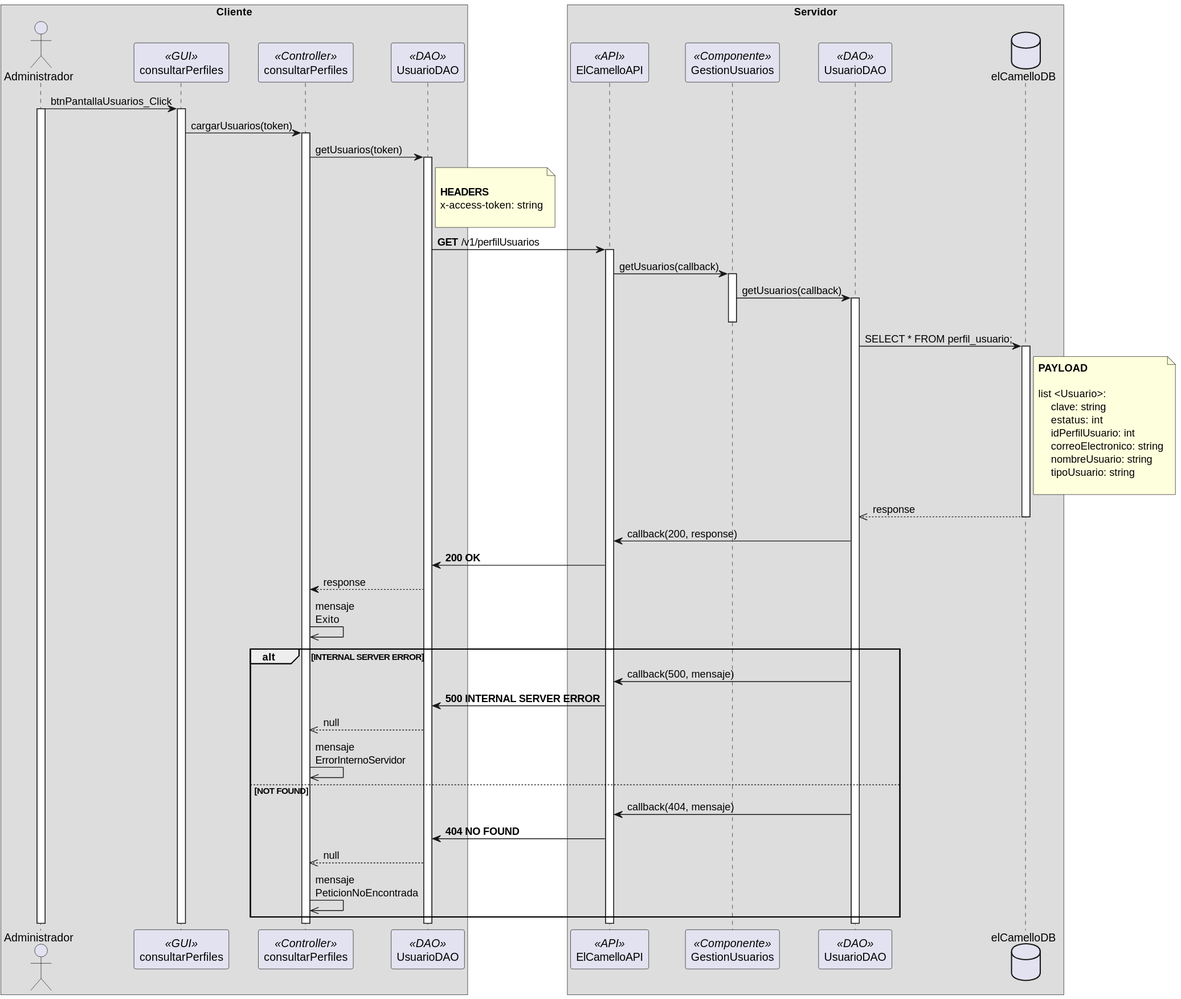
Earlier version of the PlantUML export out/diagramas/secuencia/GestionUsuarios/ConsultarUsuarios/ConsultarUsuarios.svg (VictorArrys/API_WORK_PLATAFORM_ARRYS).
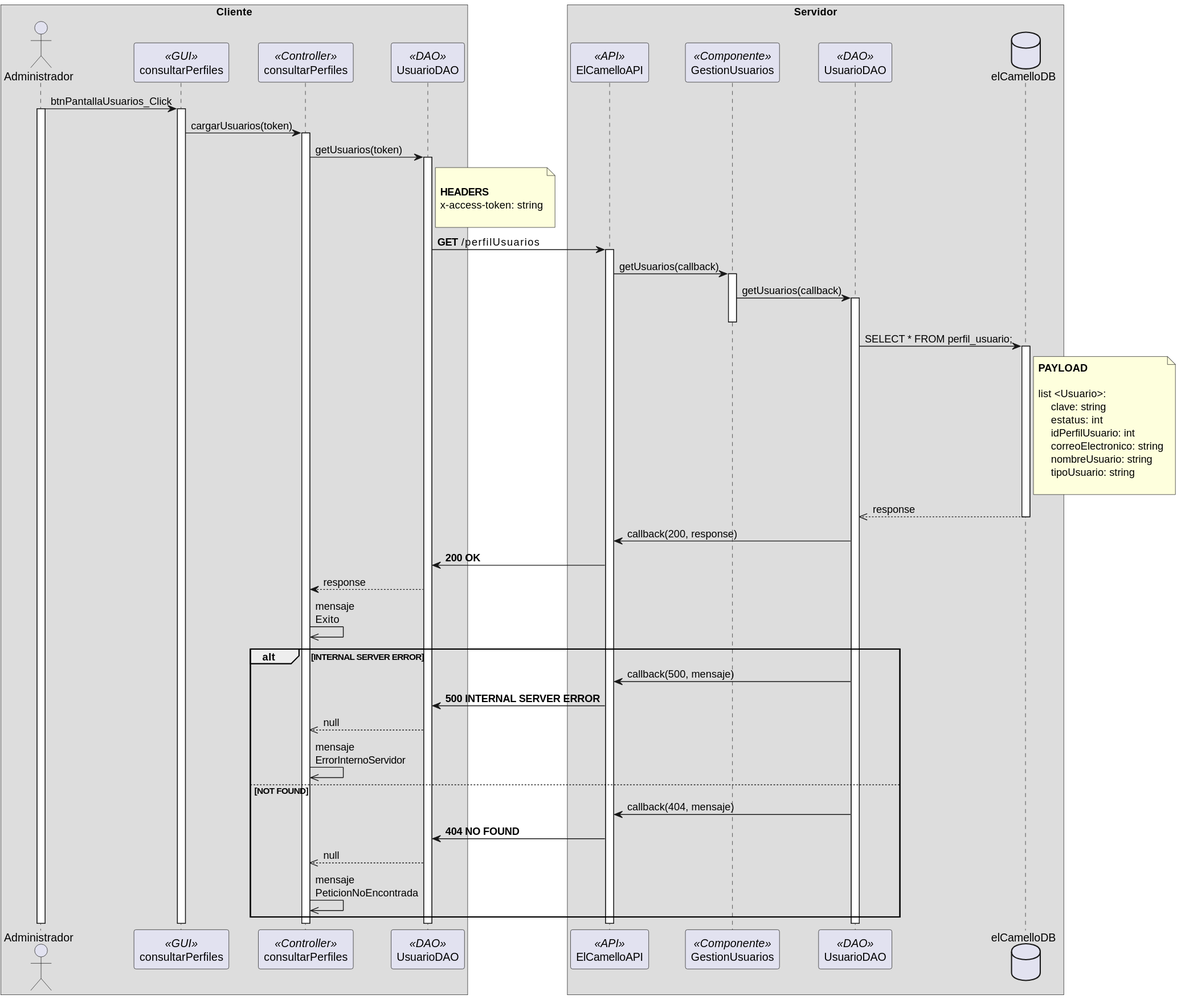
The same file after the commit.

What changed in the source:
```diff
@@ -33,7 +33,7 @@
 end note
 
 
-d -> e:  **GET** /v1/perfilUsuarios
+d -> e:  **GET** /perfilUsuarios
 activate e
 
 e -> f: getUsuarios(callback)
```
